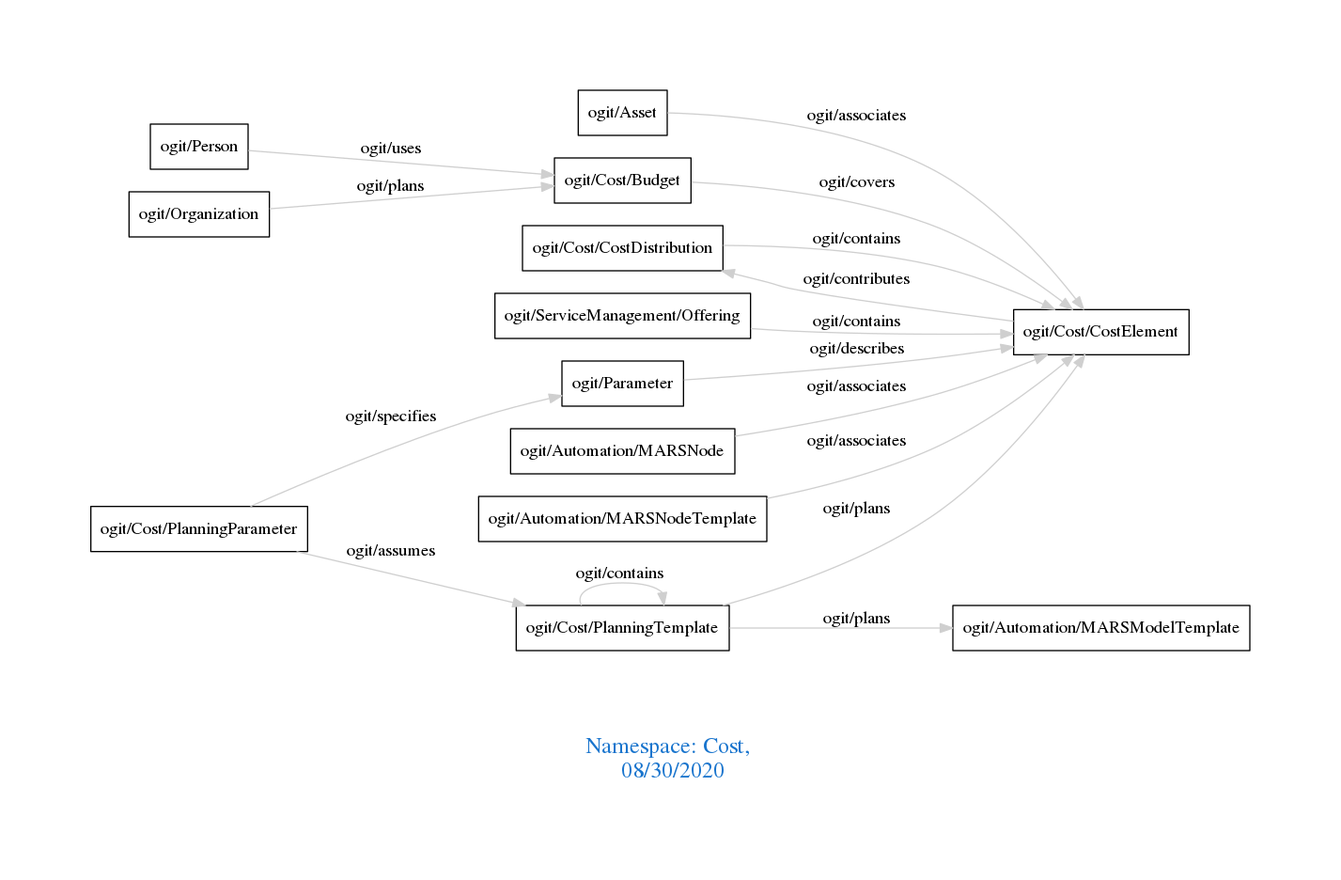
Above: downloads/Cost.png in arago/OGIT (Graphviz), before the change. Its source is kept beside it as downloads/Cost.dot.
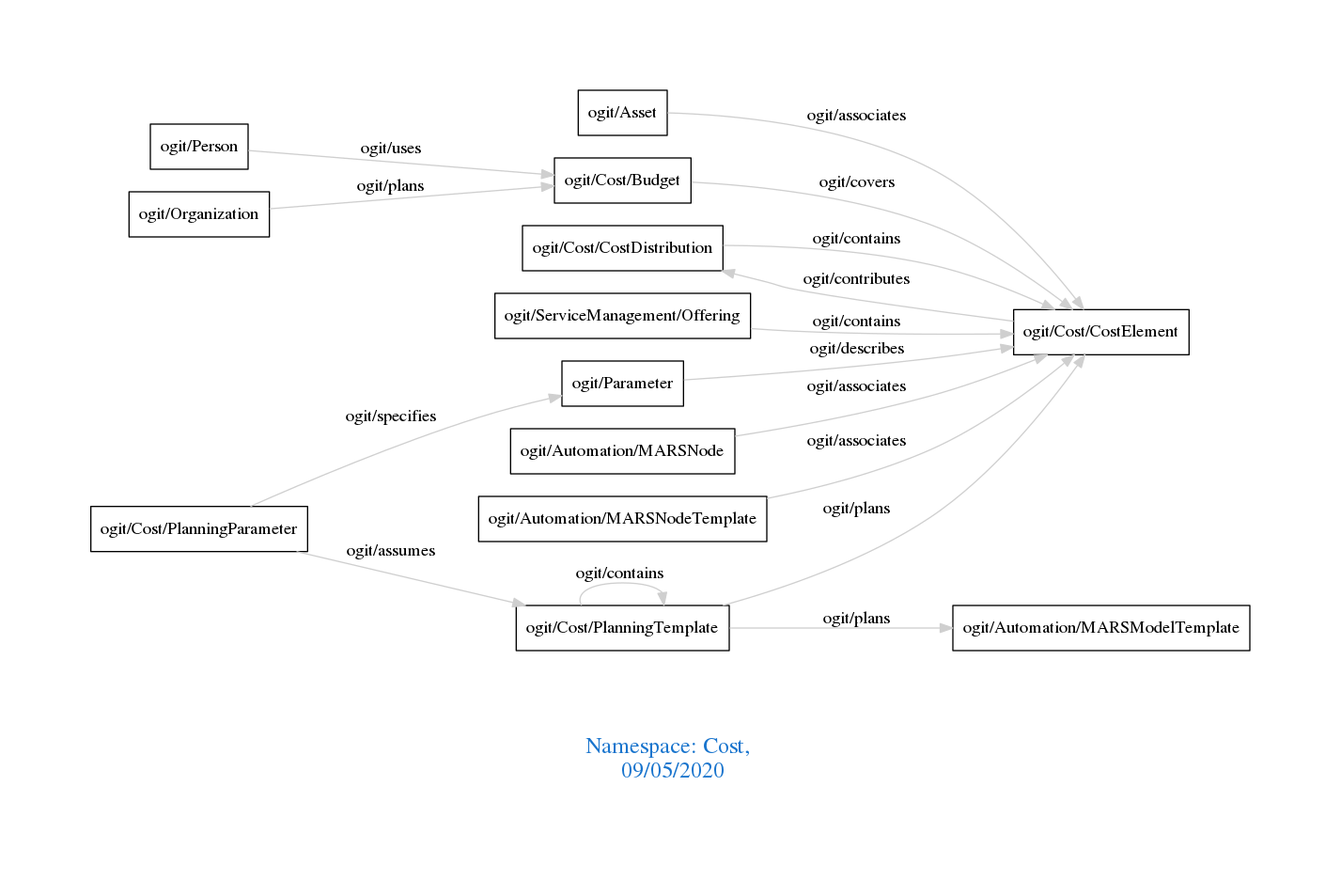
After the commit.

Diff of the diagram source:
```diff
@@ -1,7 +1,7 @@
 digraph OGIT_ontology {
  graph [ rankdir= LR,pad=1
 fontsize = 18,
-fontcolor= dodgerblue3,label = "\n\n\nNamespace: Cost, \n 08/30/2020"];
+fontcolor= dodgerblue3,label = "\n\n\nNamespace: Cost, \n 09/05/2020"];
 node[shape=polygon];
 edge [  color="gray81"];
 
```
